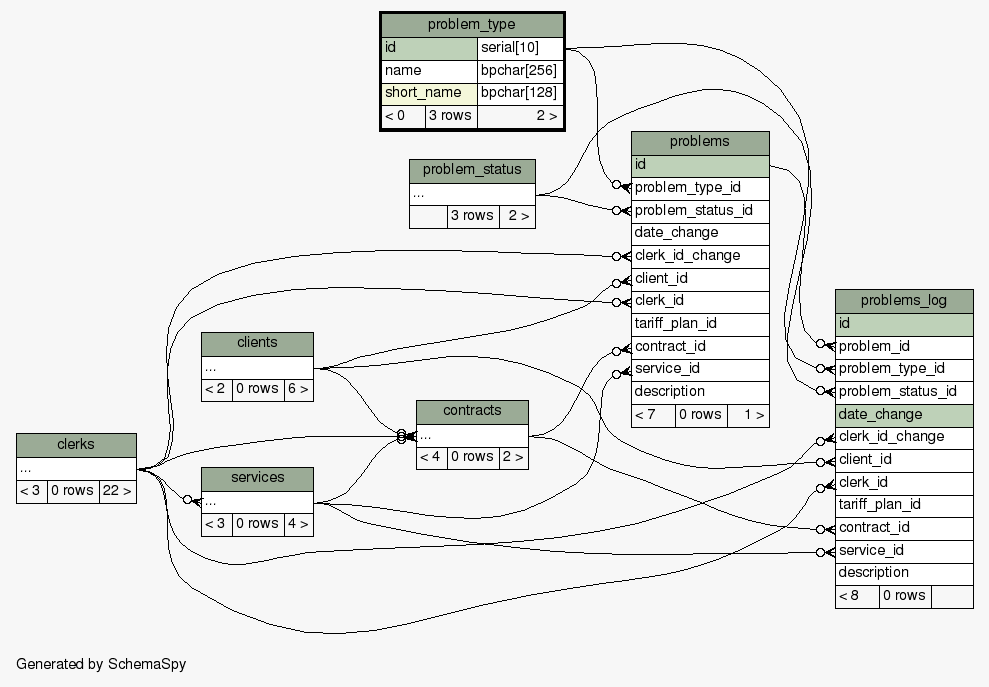
Before: db_schema/diagrams/problem_type.2degrees.png, a diagram exported from Graphviz (okharch/avox). Its source is kept beside it as db_schema/diagrams/problem_type.2degrees.dot.
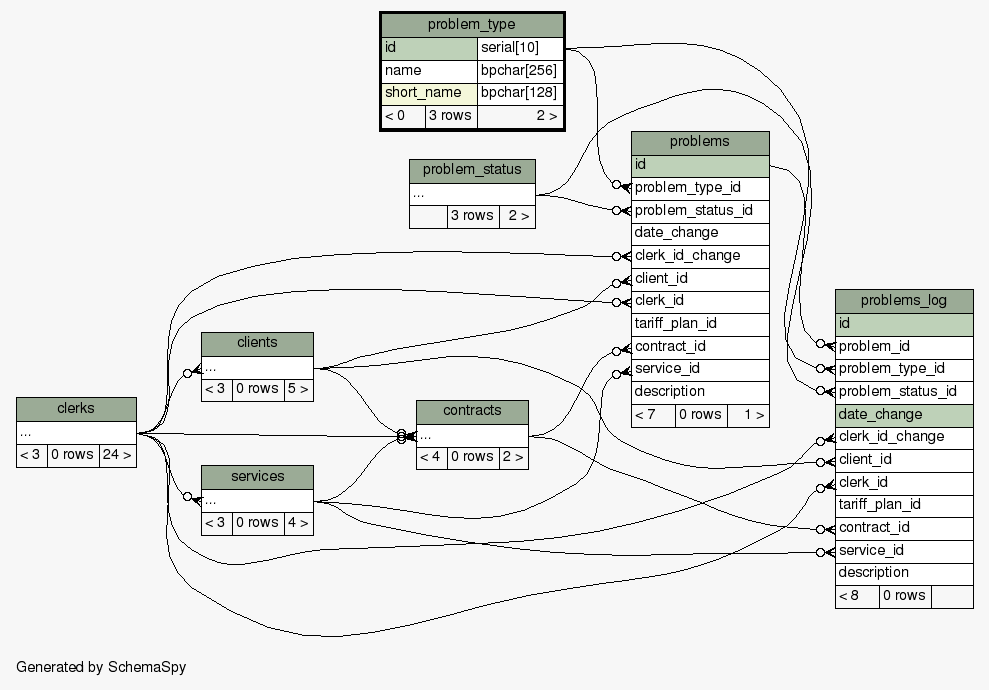
The same file after the commit.

The edit, as a diff of the source:
```diff
@@ -17,6 +17,7 @@
   edge [
     arrowsize="0.8"
   ];
+  "clients":"elipses":w -> "clerks":"elipses":e [arrowhead=none dir=back arrowtail=crowodot];
   "contracts":"elipses":w -> "clerks":"elipses":e [arrowhead=none dir=back arrowtail=crowodot];
   "contracts":"elipses":w -> "clients":"elipses":e [arrowhead=none dir=back arrowtail=crowodot];
   "contracts":"elipses":w -> "services":"elipses":e [arrowhead=none dir=back arrowtail=crowodot];
@@ -41,7 +42,7 @@
     <TABLE BORDER="0" CELLBORDER="1" CELLSPACING="0" BGCOLOR="#ffffff">
       <TR><TD COLSPAN="3" BGCOLOR="#9bab96" ALIGN="CENTER">clerks</TD></TR>
       <TR><TD PORT="elipses" COLSPAN="3" ALIGN="LEFT">...</TD></TR>
-      <TR><TD ALIGN="LEFT" BGCOLOR="#f7f7f7">&lt; 3</TD><TD ALIGN="RIGHT" BGCOLOR="#f7f7f7">0 rows</TD><TD ALIGN="RIGHT" BGCOLOR="#f7f7f7">22 &gt;</TD></TR>
+      <TR><TD ALIGN="LEFT" BGCOLOR="#f7f7f7">&lt; 3</TD><TD ALIGN="RIGHT" BGCOLOR="#f7f7f7">0 rows</TD><TD ALIGN="RIGHT" BGCOLOR="#f7f7f7">24 &gt;</TD></TR>
     </TABLE>>
     URL="clerks.html"
     tooltip="clerks"
@@ -51,7 +52,7 @@
     <TABLE BORDER="0" CELLBORDER="1" CELLSPACING="0" BGCOLOR="#ffffff">
       <TR><TD COLSPAN="3" BGCOLOR="#9bab96" ALIGN="CENTER">clients</TD></TR>
       <TR><TD PORT="elipses" COLSPAN="3" ALIGN="LEFT">...</TD></TR>
-      <TR><TD ALIGN="LEFT" BGCOLOR="#f7f7f7">&lt; 2</TD><TD ALIGN="RIGHT" BGCOLOR="#f7f7f7">0 rows</TD><TD ALIGN="RIGHT" BGCOLOR="#f7f7f7">6 &gt;</TD></TR>
+      <TR><TD ALIGN="LEFT" BGCOLOR="#f7f7f7">&lt; 3</TD><TD ALIGN="RIGHT" BGCOLOR="#f7f7f7">0 rows</TD><TD ALIGN="RIGHT" BGCOLOR="#f7f7f7">5 &gt;</TD></TR>
     </TABLE>>
     URL="clients.html"
     tooltip="clients"
```
